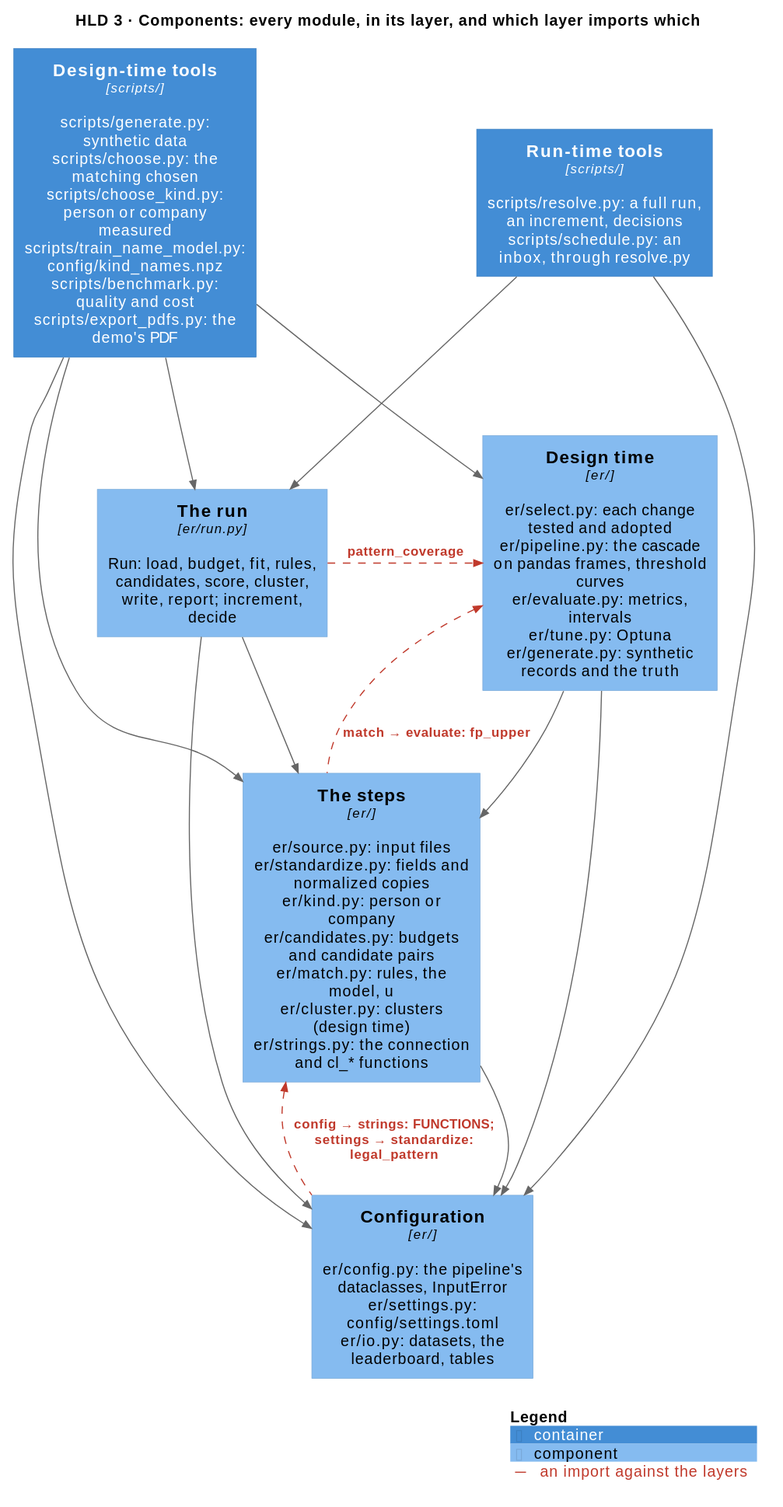
Before: docs/diagrams/components.svg, a diagram exported from PlantUML (mvsbm/entity_matching).
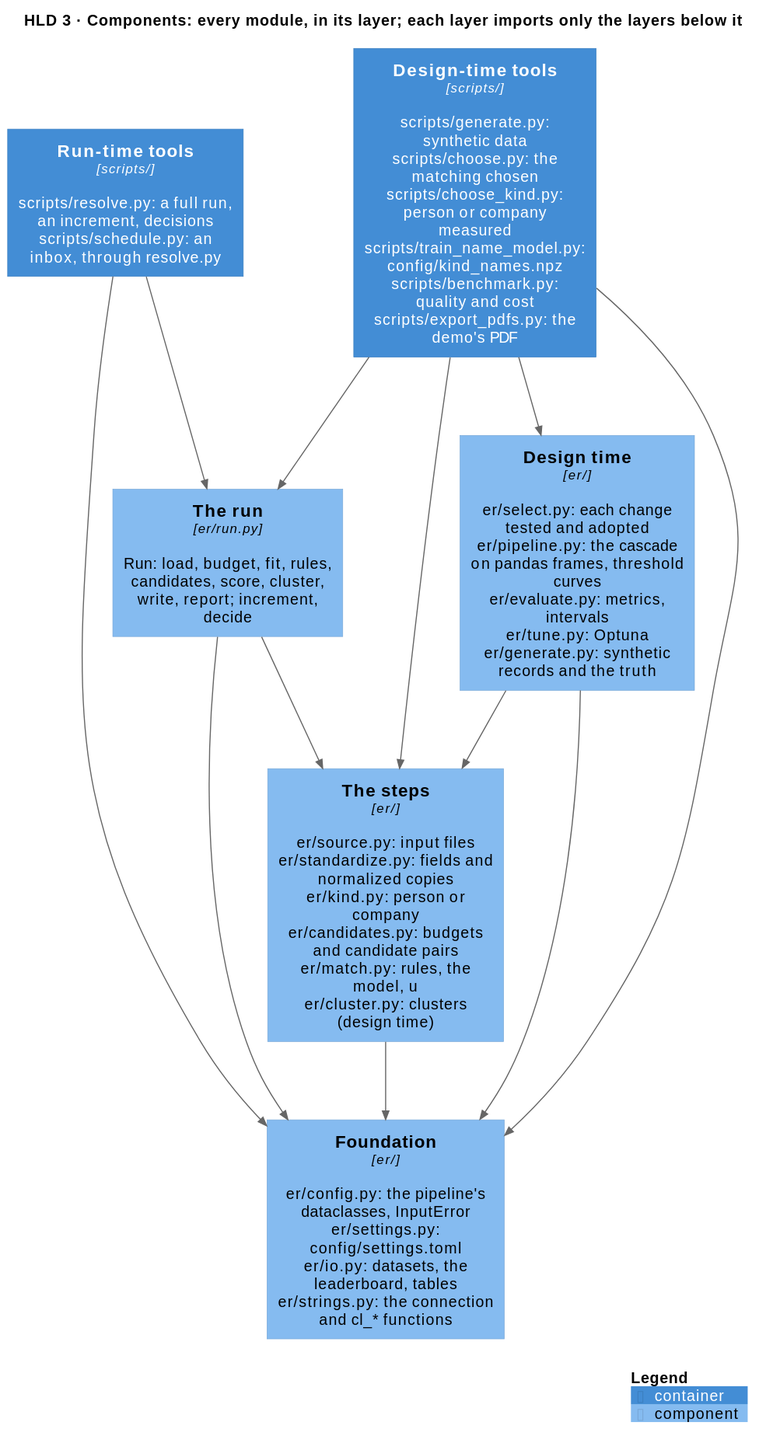
The same file after the commit.

What changed in the source:
```diff
@@ -2,16 +2,15 @@
 !include <C4/C4_Component>
 LAYOUT_TOP_DOWN()
 HIDE_STEREOTYPE()
-title HLD 3 · Components: every module, in its layer, and which layer imports which
-AddRelTag("against", $lineColor="#C0392B", $textColor="#C0392B", $lineStyle=DashedLine(), $legendText="an import against the layers")
+title HLD 3 · Components: every module, in its layer; each layer imports only the layers below it
 
 Container(tools_run, "Run-time tools", "scripts/", "scripts/resolve.py: a full run, an increment, decisions\nscripts/schedule.py: an inbox, through resolve.py")
 Container(tools_design, "Design-time tools", "scripts/", "scripts/generate.py: synthetic data\nscripts/choose.py: the matching chosen\nscripts/choose_kind.py: person or company measured\nscripts/train_name_model.py: config/kind_names.npz\nscripts/benchmark.py: quality and cost\nscripts/export_pdfs.py: the demo's PDF")
 
 Component(run, "The run", "er/run.py", "Run: load, budget, fit, rules, candidates, score, cluster, write, report; increment, decide")
 Component(design, "Design time", "er/", "er/select.py: each change tested and adopted\ner/pipeline.py: the cascade on pandas frames, threshold curves\ner/evaluate.py: metrics, intervals\ner/tune.py: Optuna\ner/generate.py: synthetic records and the truth")
-Component(steps, "The steps", "er/", "er/source.py: input files\ner/standardize.py: fields and normalized copies\ner/kind.py: person or company\ner/candidates.py: budgets and candidate pairs\ner/match.py: rules, the model, u\ner/cluster.py: clusters (design time)\ner/strings.py: the connection and cl_* functions")
-Component(configuration, "Configuration", "er/", "er/config.py: the pipeline's dataclasses, InputError\ner/settings.py: config/settings.toml\ner/io.py: datasets, the leaderboard, tables")
+Component(steps, "The steps", "er/", "er/source.py: input files\ner/standardize.py: fields and normalized copies\ner/kind.py: person or company\ner/candidates.py: budgets and candidate pairs\ner/match.py: rules, the model, u\ner/cluster.py: clusters (design time)")
+Component(configuration, "Foundation", "er/", "er/config.py: the pipeline's dataclasses, InputError\ner/settings.py: config/settings.toml\ner/io.py: datasets, the leaderboard, tables\ner/strings.py: the connection and cl_* functions")
 
 Rel_D(tools_run, run, "")
 Rel_D(tools_run, configuration, "")
@@ -24,9 +23,6 @@
 Rel_D(design, steps, "")
 Rel_D(design, configuration, "")
 Rel_D(steps, configuration, "")
-Rel_R(run, design, "pattern_coverage", $tags="against")
-Rel_U(steps, design, "match → evaluate: fp_upper", $tags="against")
-Rel_U(configuration, steps, "config → strings: FUNCTIONS; settings → standardize: legal_pattern", $tags="against")
 
 SHOW_LEGEND()
 @enduml
```
